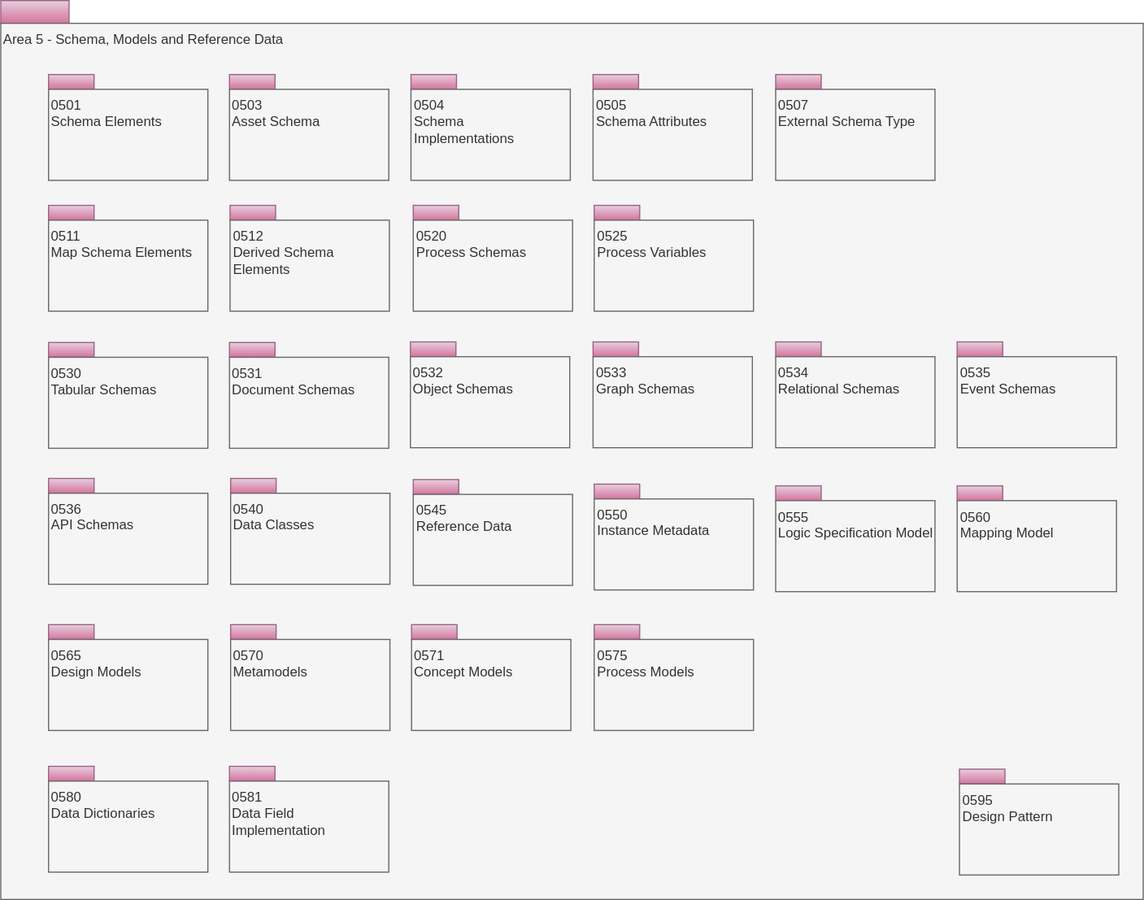
The draw.io diagram site/docs/types/5/area-5-models-and-schema-overview.svg in odpi/egeria-docs, before a commit. Source tidied: cells renumbered, new cells last; positions are measured from the earlier drawing's top-left corner, leaving out a move shared by most shapes.
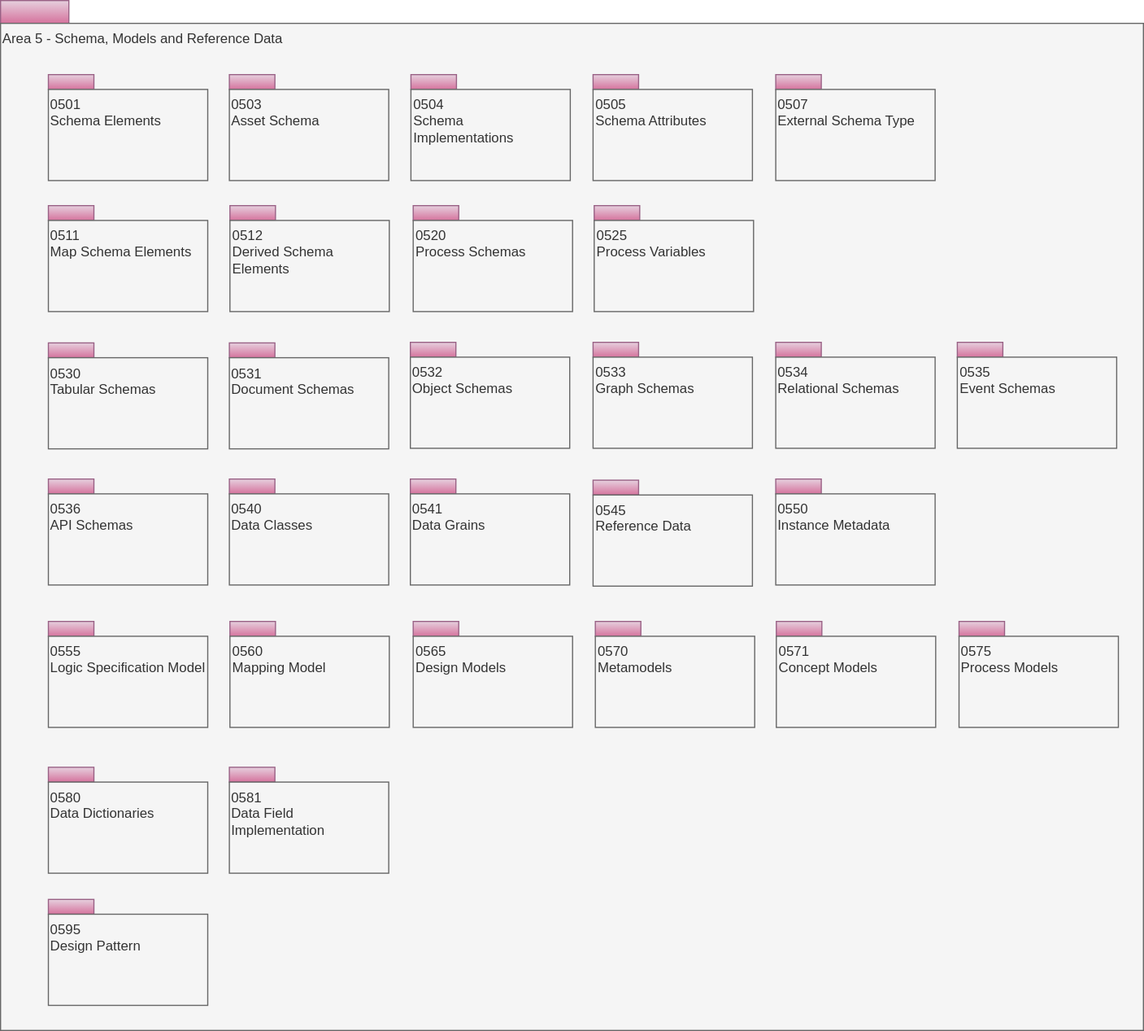
Later version of the same file.

Diff of the diagram source:
```diff
@@ -6,7 +6,7 @@
       <mxGeometry width="60" height="20" as="geometry" />
     </mxCell>
     <mxCell id="3" value="Area 5 - Schema, Models and Reference Data" style="rounded=0;whiteSpace=wrap;html=1;align=left;verticalAlign=top;fillColor=#f5f5f5;fontColor=#333333;strokeColor=#666666;" parent="1" vertex="1">
-      <mxGeometry y="20" width="1004" height="770" as="geometry" />
+      <mxGeometry y="20" width="1004" height="884" as="geometry" />
     </mxCell>
     <mxCell id="4" style="rounded=0;whiteSpace=wrap;html=1;align=left;fillColor=#e6d0de;strokeColor=#996185;gradientColor=#d5739d;" parent="1" vertex="1">
       <mxGeometry x="42" y="65" width="40" height="13" as="geometry" />
@@ -63,28 +63,28 @@
       <mxGeometry x="42" y="433" width="140" height="80" as="geometry" />
     </mxCell>
     <mxCell id="22" style="rounded=0;whiteSpace=wrap;html=1;align=left;fillColor=#e6d0de;strokeColor=#996185;gradientColor=#d5739d;" parent="1" vertex="1">
-      <mxGeometry x="202" y="420" width="40" height="13" as="geometry" />
+      <mxGeometry x="360" y="420" width="40" height="13" as="geometry" />
     </mxCell>
-    <mxCell id="23" value="0540&lt;br&gt;Data Classes&lt;br&gt;" style="rounded=0;whiteSpace=wrap;html=1;align=left;verticalAlign=top;fillColor=#f5f5f5;fontColor=#333333;strokeColor=#666666;" parent="1" vertex="1">
-      <mxGeometry x="202" y="433" width="140" height="80" as="geometry" />
+    <mxCell id="23" value="0541&lt;br&gt;Data Grains" style="rounded=0;whiteSpace=wrap;html=1;align=left;verticalAlign=top;fillColor=#f5f5f5;fontColor=#333333;strokeColor=#666666;" parent="1" vertex="1">
+      <mxGeometry x="360" y="433" width="140" height="80" as="geometry" />
     </mxCell>
     <mxCell id="24" style="rounded=0;whiteSpace=wrap;html=1;align=left;fillColor=#e6d0de;strokeColor=#996185;gradientColor=#d5739d;" parent="1" vertex="1">
-      <mxGeometry x="681" y="426.5" width="40" height="13" as="geometry" />
+      <mxGeometry x="42" y="545" width="40" height="13" as="geometry" />
     </mxCell>
     <mxCell id="25" value="0555&lt;br&gt;Logic Specification Model" style="rounded=0;whiteSpace=wrap;html=1;align=left;verticalAlign=top;fillColor=#f5f5f5;fontColor=#333333;strokeColor=#666666;" parent="1" vertex="1">
-      <mxGeometry x="681" y="439.5" width="140" height="80" as="geometry" />
+      <mxGeometry x="42" y="558" width="140" height="80" as="geometry" />
     </mxCell>
     <mxCell id="26" style="rounded=0;whiteSpace=wrap;html=1;align=left;fillColor=#e6d0de;strokeColor=#996185;gradientColor=#d5739d;" parent="1" vertex="1">
-      <mxGeometry x="840.5" y="426.5" width="40" height="13" as="geometry" />
+      <mxGeometry x="201.5" y="545" width="40" height="13" as="geometry" />
     </mxCell>
     <mxCell id="27" value="0560&lt;br&gt;Mapping Model&lt;br&gt;" style="rounded=0;whiteSpace=wrap;html=1;align=left;verticalAlign=top;fillColor=#f5f5f5;fontColor=#333333;strokeColor=#666666;" parent="1" vertex="1">
-      <mxGeometry x="840.5" y="439.5" width="140" height="80" as="geometry" />
+      <mxGeometry x="201.5" y="558" width="140" height="80" as="geometry" />
     </mxCell>
     <mxCell id="28" style="rounded=0;whiteSpace=wrap;html=1;align=left;fillColor=#e6d0de;strokeColor=#996185;gradientColor=#d5739d;" parent="1" vertex="1">
-      <mxGeometry x="362.5" y="421" width="40" height="13" as="geometry" />
+      <mxGeometry x="520.5" y="421" width="40" height="13" as="geometry" />
     </mxCell>
     <mxCell id="29" value="0545&lt;br&gt;Reference Data&lt;br&gt;" style="rounded=0;whiteSpace=wrap;html=1;align=left;verticalAlign=top;fillColor=#f5f5f5;fontColor=#333333;strokeColor=#666666;" parent="1" vertex="1">
-      <mxGeometry x="362.5" y="434" width="140" height="80" as="geometry" />
+      <mxGeometry x="520.5" y="434" width="140" height="80" as="geometry" />
     </mxCell>
     <mxCell id="30" style="rounded=0;whiteSpace=wrap;html=1;align=left;fillColor=#e6d0de;strokeColor=#996185;gradientColor=#d5739d;" parent="1" vertex="1">
       <mxGeometry x="42" y="300.5" width="40" height="13" as="geometry" />
@@ -111,34 +111,34 @@
       <mxGeometry x="520.5" y="313" width="140" height="80" as="geometry" />
     </mxCell>
     <mxCell id="38" style="rounded=0;whiteSpace=wrap;html=1;align=left;fillColor=#e6d0de;strokeColor=#996185;gradientColor=#d5739d;" parent="1" vertex="1">
-      <mxGeometry x="202" y="548.5" width="40" height="13" as="geometry" />
+      <mxGeometry x="522.5" y="545" width="40" height="13" as="geometry" />
     </mxCell>
     <mxCell id="39" value="0570&lt;br&gt;Metamodels&lt;br&gt;" style="rounded=0;whiteSpace=wrap;html=1;align=left;verticalAlign=top;fillColor=#f5f5f5;fontColor=#333333;strokeColor=#666666;" parent="1" vertex="1">
-      <mxGeometry x="202" y="561.5" width="140" height="80" as="geometry" />
+      <mxGeometry x="522.5" y="558" width="140" height="80" as="geometry" />
     </mxCell>
     <mxCell id="40" style="rounded=0;whiteSpace=wrap;html=1;align=left;fillColor=#e6d0de;strokeColor=#996185;gradientColor=#d5739d;" parent="1" vertex="1">
-      <mxGeometry x="521.5" y="548.5" width="40" height="13" as="geometry" />
+      <mxGeometry x="842" y="545" width="40" height="13" as="geometry" />
     </mxCell>
     <mxCell id="41" value="0575&lt;br&gt;Process Models" style="rounded=0;whiteSpace=wrap;html=1;align=left;verticalAlign=top;fillColor=#f5f5f5;fontColor=#333333;strokeColor=#666666;" parent="1" vertex="1">
-      <mxGeometry x="521.5" y="561.5" width="140" height="80" as="geometry" />
+      <mxGeometry x="842" y="558" width="140" height="80" as="geometry" />
     </mxCell>
     <mxCell id="42" style="rounded=0;whiteSpace=wrap;html=1;align=left;fillColor=#e6d0de;strokeColor=#996185;gradientColor=#d5739d;" parent="1" vertex="1">
-      <mxGeometry x="842.5" y="675.5" width="40" height="13" as="geometry" />
+      <mxGeometry x="42" y="789" width="40" height="13" as="geometry" />
     </mxCell>
     <mxCell id="43" value="0595&lt;br&gt;Design Pattern&lt;br&gt;" style="rounded=0;whiteSpace=wrap;html=1;align=left;verticalAlign=top;fillColor=#f5f5f5;fontColor=#333333;strokeColor=#666666;" parent="1" vertex="1">
-      <mxGeometry x="842.5" y="688.5" width="140" height="80" as="geometry" />
+      <mxGeometry x="42" y="802" width="140" height="80" as="geometry" />
     </mxCell>
     <mxCell id="44" style="rounded=0;whiteSpace=wrap;html=1;align=left;fillColor=#e6d0de;strokeColor=#996185;gradientColor=#d5739d;" parent="1" vertex="1">
-      <mxGeometry x="42" y="548.5" width="40" height="13" as="geometry" />
+      <mxGeometry x="362.5" y="545" width="40" height="13" as="geometry" />
     </mxCell>
     <mxCell id="45" value="0565&lt;br&gt;Design Models" style="rounded=0;whiteSpace=wrap;html=1;align=left;verticalAlign=top;fillColor=#f5f5f5;fontColor=#333333;strokeColor=#666666;" parent="1" vertex="1">
-      <mxGeometry x="42" y="561.5" width="140" height="80" as="geometry" />
+      <mxGeometry x="362.5" y="558" width="140" height="80" as="geometry" />
     </mxCell>
     <mxCell id="46" style="rounded=0;whiteSpace=wrap;html=1;align=left;fillColor=#e6d0de;strokeColor=#996185;gradientColor=#d5739d;" parent="1" vertex="1">
-      <mxGeometry x="361" y="548.5" width="40" height="13" as="geometry" />
+      <mxGeometry x="681.5" y="545" width="40" height="13" as="geometry" />
     </mxCell>
     <mxCell id="47" value="0571&lt;br&gt;Concept Models" style="rounded=0;whiteSpace=wrap;html=1;align=left;verticalAlign=top;fillColor=#f5f5f5;fontColor=#333333;strokeColor=#666666;" parent="1" vertex="1">
-      <mxGeometry x="361" y="561.5" width="140" height="80" as="geometry" />
+      <mxGeometry x="681.5" y="558" width="140" height="80" as="geometry" />
     </mxCell>
     <mxCell id="48" style="rounded=0;whiteSpace=wrap;html=1;align=left;fillColor=#e6d0de;strokeColor=#996185;gradientColor=#d5739d;" parent="1" vertex="1">
       <mxGeometry x="681" y="65" width="40" height="13" as="geometry" />
@@ -153,10 +153,10 @@
       <mxGeometry x="362.5" y="193" width="140" height="80" as="geometry" />
     </mxCell>
     <mxCell id="52" style="rounded=0;whiteSpace=wrap;html=1;align=left;fillColor=#e6d0de;strokeColor=#996185;gradientColor=#d5739d;" parent="1" vertex="1">
-      <mxGeometry x="521.5" y="425" width="40" height="13" as="geometry" />
+      <mxGeometry x="681" y="420" width="40" height="13" as="geometry" />
     </mxCell>
     <mxCell id="53" value="0550&lt;br&gt;Instance Metadata" style="rounded=0;whiteSpace=wrap;html=1;align=left;verticalAlign=top;fillColor=#f5f5f5;fontColor=#333333;strokeColor=#666666;" parent="1" vertex="1">
-      <mxGeometry x="521.5" y="438" width="140" height="80" as="geometry" />
+      <mxGeometry x="681" y="433" width="140" height="80" as="geometry" />
     </mxCell>
     <mxCell id="54" style="rounded=0;whiteSpace=wrap;html=1;align=left;fillColor=#e6d0de;strokeColor=#996185;gradientColor=#d5739d;" parent="1" vertex="1">
       <mxGeometry x="521.5" y="180" width="40" height="13" as="geometry" />
@@ -176,5 +176,11 @@
     <mxCell id="59" value="0581&lt;br&gt;Data Field Implementation" style="rounded=0;whiteSpace=wrap;html=1;align=left;verticalAlign=top;fillColor=#f5f5f5;fontColor=#333333;strokeColor=#666666;" parent="1" vertex="1">
       <mxGeometry x="201" y="686" width="140" height="80" as="geometry" />
     </mxCell>
+    <mxCell id="60" style="rounded=0;whiteSpace=wrap;html=1;align=left;fillColor=#e6d0de;strokeColor=#996185;gradientColor=#d5739d;" parent="1" vertex="1">
+      <mxGeometry x="201" y="420" width="40" height="13" as="geometry" />
+    </mxCell>
+    <mxCell id="61" value="0540&lt;br&gt;Data Classes&lt;br&gt;" style="rounded=0;whiteSpace=wrap;html=1;align=left;verticalAlign=top;fillColor=#f5f5f5;fontColor=#333333;strokeColor=#666666;" parent="1" vertex="1">
+      <mxGeometry x="201" y="433" width="140" height="80" as="geometry" />
+    </mxCell>
   </root>
 </mxGraphModel>
```
